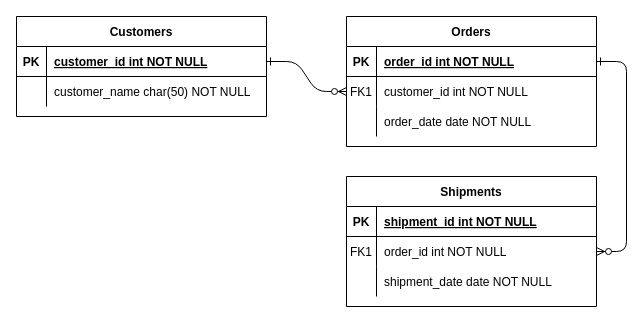
Above: SFC截图.drawio in QirongZhang/draw.io.repo (draw.io), before the change. Source tidied: cells renumbered, new cells numbered last; positions are measured from the earlier drawing's top-left corner, leaving out a move shared by most shapes. Both pictures are drawn from the tidied source at 100%, with x=0, y=0 at pixel (16, 16).
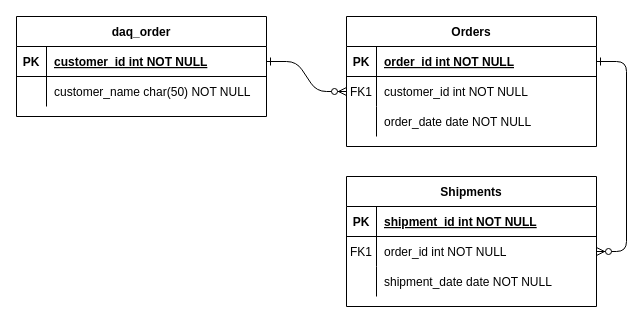
Above is the later version.

Diff of the diagram source:
```diff
@@
-    <mxCell id="24" value="Customers" style="shape=table;startSize=30;childLayout=tableLayout;rowLines=0;fontStyle=1;align=center;" parent="1" vertex="1">
+    <mxCell id="24" value="daq_order" style="shape=table;startSize=30;childLayout=tableLayout;rowLines=0;fontStyle=1;align=center;" parent="1" vertex="1">
       <mxGeometry width="250" height="100" as="geometry" />
     </mxCell>
```
